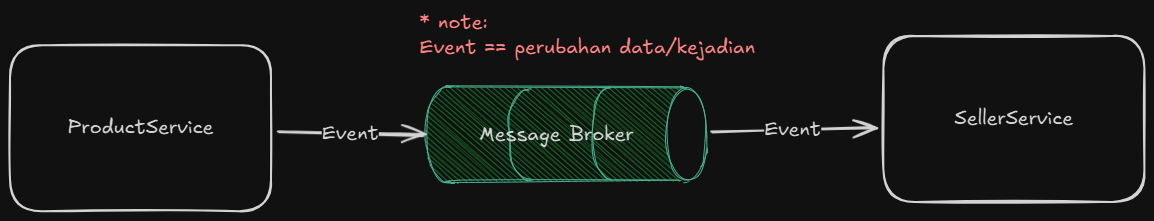
Above: Arch/EVENT-DRIVEN-ARCH.excalidraw.png in RIOKOWI/software-architecture (Excalidraw), before the change. Source tidied: one line per element, renumbered; positions are measured from the earlier drawing's top-left corner, leaving out a move shared by most shapes.
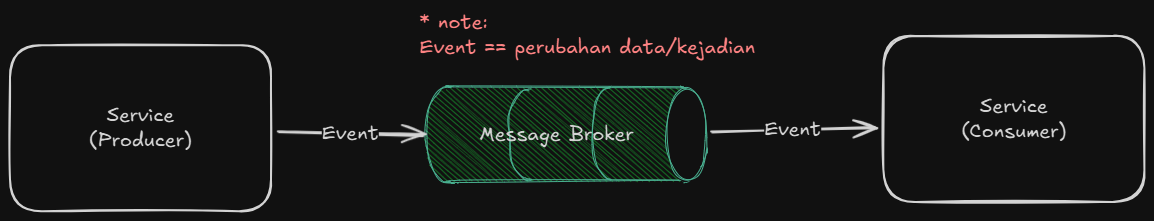
After the change.

Commit message:
docs(event driven architecture): duplicate data

Diff of the diagram source:
```diff
@@ -4,9 +4,9 @@
 {"id": 3, "type": "ellipse", "strokeColor": "#087f5b", "angle": 1.57, "backgroundColor": "#fff", "fillStyle": "solid", "strokeWidth": 1, "roughness": 1, "x": 631, "y": 119, "width": 93, "height": 41}
 {"id": 4, "type": "text", "text": "Message Broker", "strokeColor": "#1e1e1e", "strokeWidth": 2, "roughness": 1, "fontSize": 20, "fontFamily": 5, "x": 470, "y": 127, "width": 154, "height": 25}
 {"id": 5, "type": "rectangle", "strokeColor": "#1e1e1e", "strokeWidth": 2, "roughness": 1, "round": true, "x": 0, "y": 50, "width": 261, "height": 166}
-{"id": 6, "type": "text", "text": "ProductService", "strokeColor": "#1e1e1e", "strokeWidth": 2, "roughness": 1, "fontSize": 20, "fontFamily": 5, "textAlign": "center", "verticalAlign": "middle", "inside": 5, "x": 57, "y": 121, "width": 146, "height": 25}
+{"id": 6, "type": "text", "text": "Service\n(Producer)", "strokeColor": "#1e1e1e", "strokeWidth": 2, "roughness": 1, "fontSize": 20, "fontFamily": 5, "textAlign": "center", "verticalAlign": "middle", "inside": 5, "x": 79, "y": 108, "width": 103, "height": 50}
 {"id": 7, "type": "rectangle", "strokeColor": "#1e1e1e", "strokeWidth": 2, "roughness": 1, "round": true, "x": 873, "y": 41, "width": 261, "height": 166}
-{"id": 8, "type": "text", "text": "SellerService", "strokeColor": "#1e1e1e", "strokeWidth": 2, "roughness": 1, "fontSize": 20, "fontFamily": 5, "textAlign": "center", "verticalAlign": "middle", "inside": 7, "x": 945, "y": 111, "width": 119, "height": 25}
+{"id": 8, "type": "text", "text": "Service\n(Consumer)", "strokeColor": "#1e1e1e", "strokeWidth": 2, "roughness": 1, "fontSize": 20, "fontFamily": 5, "textAlign": "center", "verticalAlign": "middle", "inside": 7, "x": 951, "y": 99, "width": 105, "height": 50}
 {"id": 9, "type": "arrow", "strokeColor": "#1e1e1e", "strokeWidth": 2, "roughness": 1, "endArrowhead": "arrow", "round": true, "from": 5, "x": 268, "y": 136, "width": 145, "height": 4, "points": [[0, 0], [145, 4]]}
 {"id": 10, "type": "text", "text": "Event", "strokeColor": "#1e1e1e", "strokeWidth": 2, "roughness": 1, "fontSize": 20, "fontFamily": 5, "textAlign": "center", "verticalAlign": "middle", "inside": 9, "x": 309, "y": 127, "width": 57, "height": 25}
 {"id": 11, "type": "arrow", "strokeColor": "#1e1e1e", "strokeWidth": 2, "roughness": 1, "endArrowhead": "arrow", "round": true, "from": 3, "to": 7, "x": 701, "y": 137, "width": 163, "height": 5, "points": [[0, 0], [163, -5]]}
```
